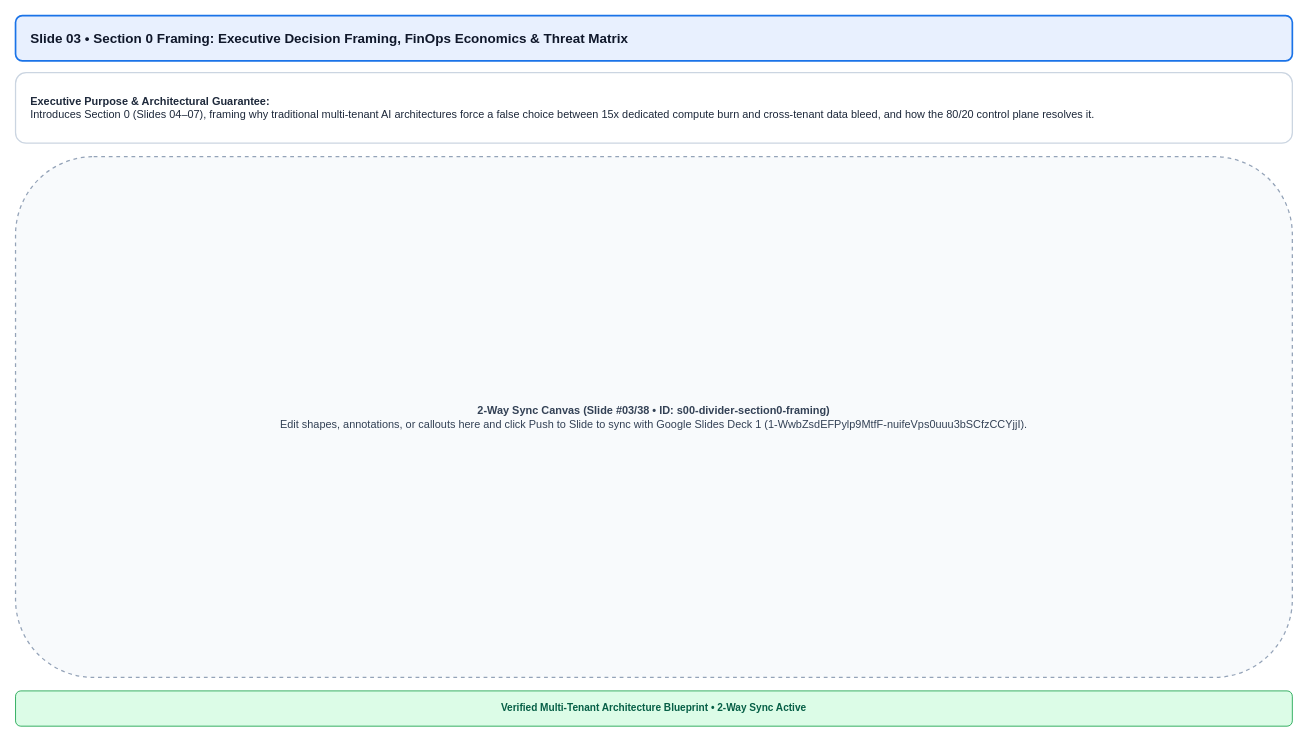
The draw.io diagram diagrams/compendium/drawio/s00-divider-section0-framing.drawio in nitinaggarwal-12/blogs, before the edit. Source tidied: cells renumbered, new cells numbered last; positions are measured from the earlier drawing's top-left corner, leaving out a move shared by most shapes. Both pictures are drawn from the tidied source at 84%, with x=0, y=0 at pixel (15, 15).
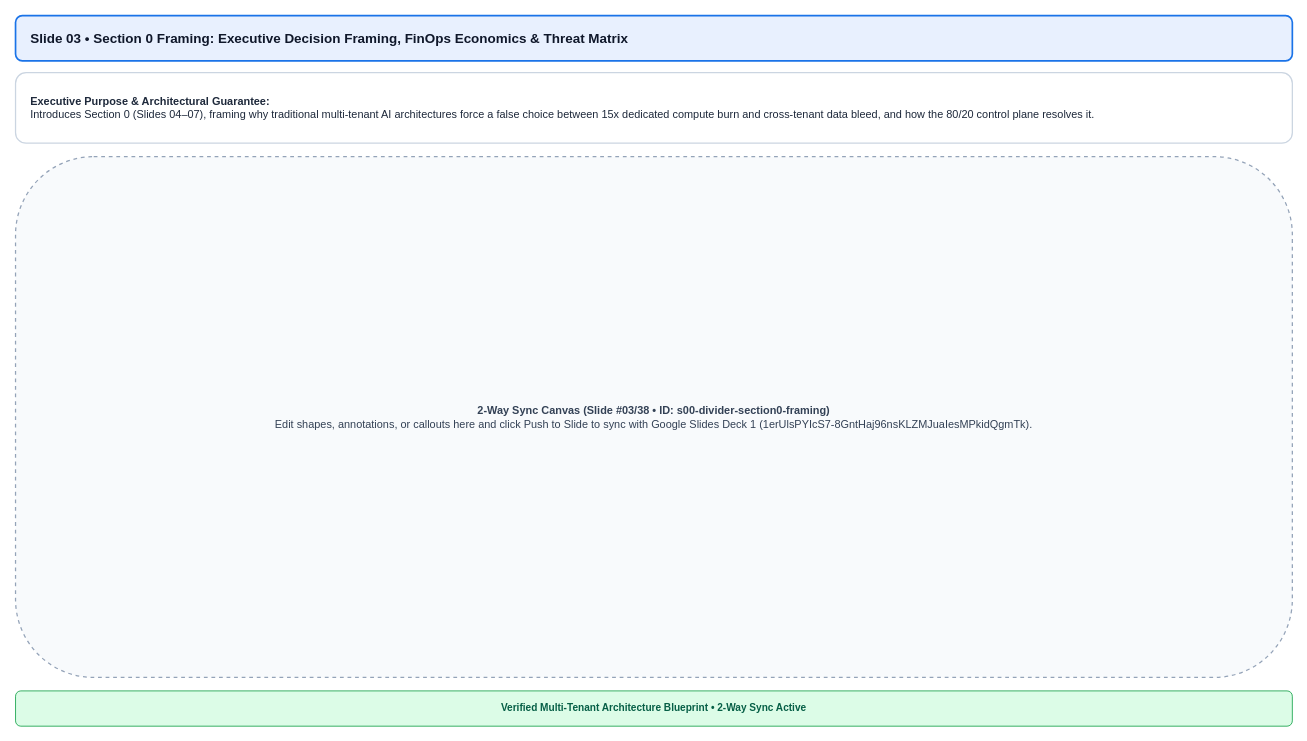
After the change.

The edit, as a diff of the source:
```diff
@@
 <mxGraphModel>
   <root>
     <mxCell id="0" />
     <mxCell id="1" parent="0" />
     <mxCell id="2" value="&lt;b&gt;Slide 03 • Section 0 Framing: Executive Decision Framing, FinOps Economics &amp; Threat Matrix&lt;/b&gt;" style="rounded=1;whiteSpace=wrap;html=1;fillColor=#e8f0fe;strokeColor=#1a73e8;fontColor=#0f172a;fontSize=16;align=left;spacingLeft=16;strokeWidth=2;" parent="1" vertex="1">
       <mxGeometry width="1520" height="54" as="geometry" />
     </mxCell>
     <mxCell id="3" value="&lt;b&gt;Executive Purpose &amp; Architectural Guarantee:&lt;/b&gt;&lt;br&gt;Introduces Section 0 (Slides 04–07), framing why traditional multi-tenant AI architectures force a false choice between 15x dedicated compute burn and cross-tenant data bleed, and how the 80/20 control plane resolves it." style="rounded=1;whiteSpace=wrap;html=1;fillColor=#ffffff;strokeColor=#cbd5e1;fontColor=#1e293b;fontSize=13;align=left;spacingLeft=16;spacingRight=16;strokeWidth=1.5;" parent="1" vertex="1">
       <mxGeometry y="68" width="1520" height="84" as="geometry" />
     </mxCell>
-    <mxCell id="4" value="&lt;b&gt;2-Way Sync Canvas (Slide #03/38 • ID: s00-divider-section0-framing)&lt;/b&gt;&lt;br&gt;Edit shapes, annotations, or callouts here and click Push to Slide to sync with Google Slides Deck 1 (1-WwbZsdEFPylp9MtfF-nuifeVps0uuu3bSCfzCCYjjI)." style="rounded=1;whiteSpace=wrap;html=1;fillColor=#f8fafc;strokeColor=#94a3b8;dashed=1;fontColor=#334155;fontSize=13;align=center;verticalAlign=middle;strokeWidth=1.5;" parent="1" vertex="1">
+    <mxCell id="4" value="&lt;b&gt;2-Way Sync Canvas (Slide #03/38 • ID: s00-divider-section0-framing)&lt;/b&gt;&lt;br&gt;Edit shapes, annotations, or callouts here and click Push to Slide to sync with Google Slides Deck 1 (1erUlsPYIcS7-8GntHaj96nsKLZMJuaIesMPkidQgmTk)." style="rounded=1;whiteSpace=wrap;html=1;fillColor=#f8fafc;strokeColor=#94a3b8;dashed=1;fontColor=#334155;fontSize=13;align=center;verticalAlign=middle;strokeWidth=1.5;" parent="1" vertex="1">
       <mxGeometry y="168" width="1520" height="620" as="geometry" />
     </mxCell>
     <mxCell id="5" value="Verified Multi-Tenant Architecture Blueprint • 2-Way Sync Active" style="rounded=1;whiteSpace=wrap;html=1;fillColor=#dcfce7;strokeColor=#16a34a;fontColor=#065f46;fontSize=12;fontStyle=1;align=center;" parent="1" vertex="1">
       <mxGeometry y="804" width="1520" height="42" as="geometry" />
     </mxCell>
   </root>
 </mxGraphModel>
```
